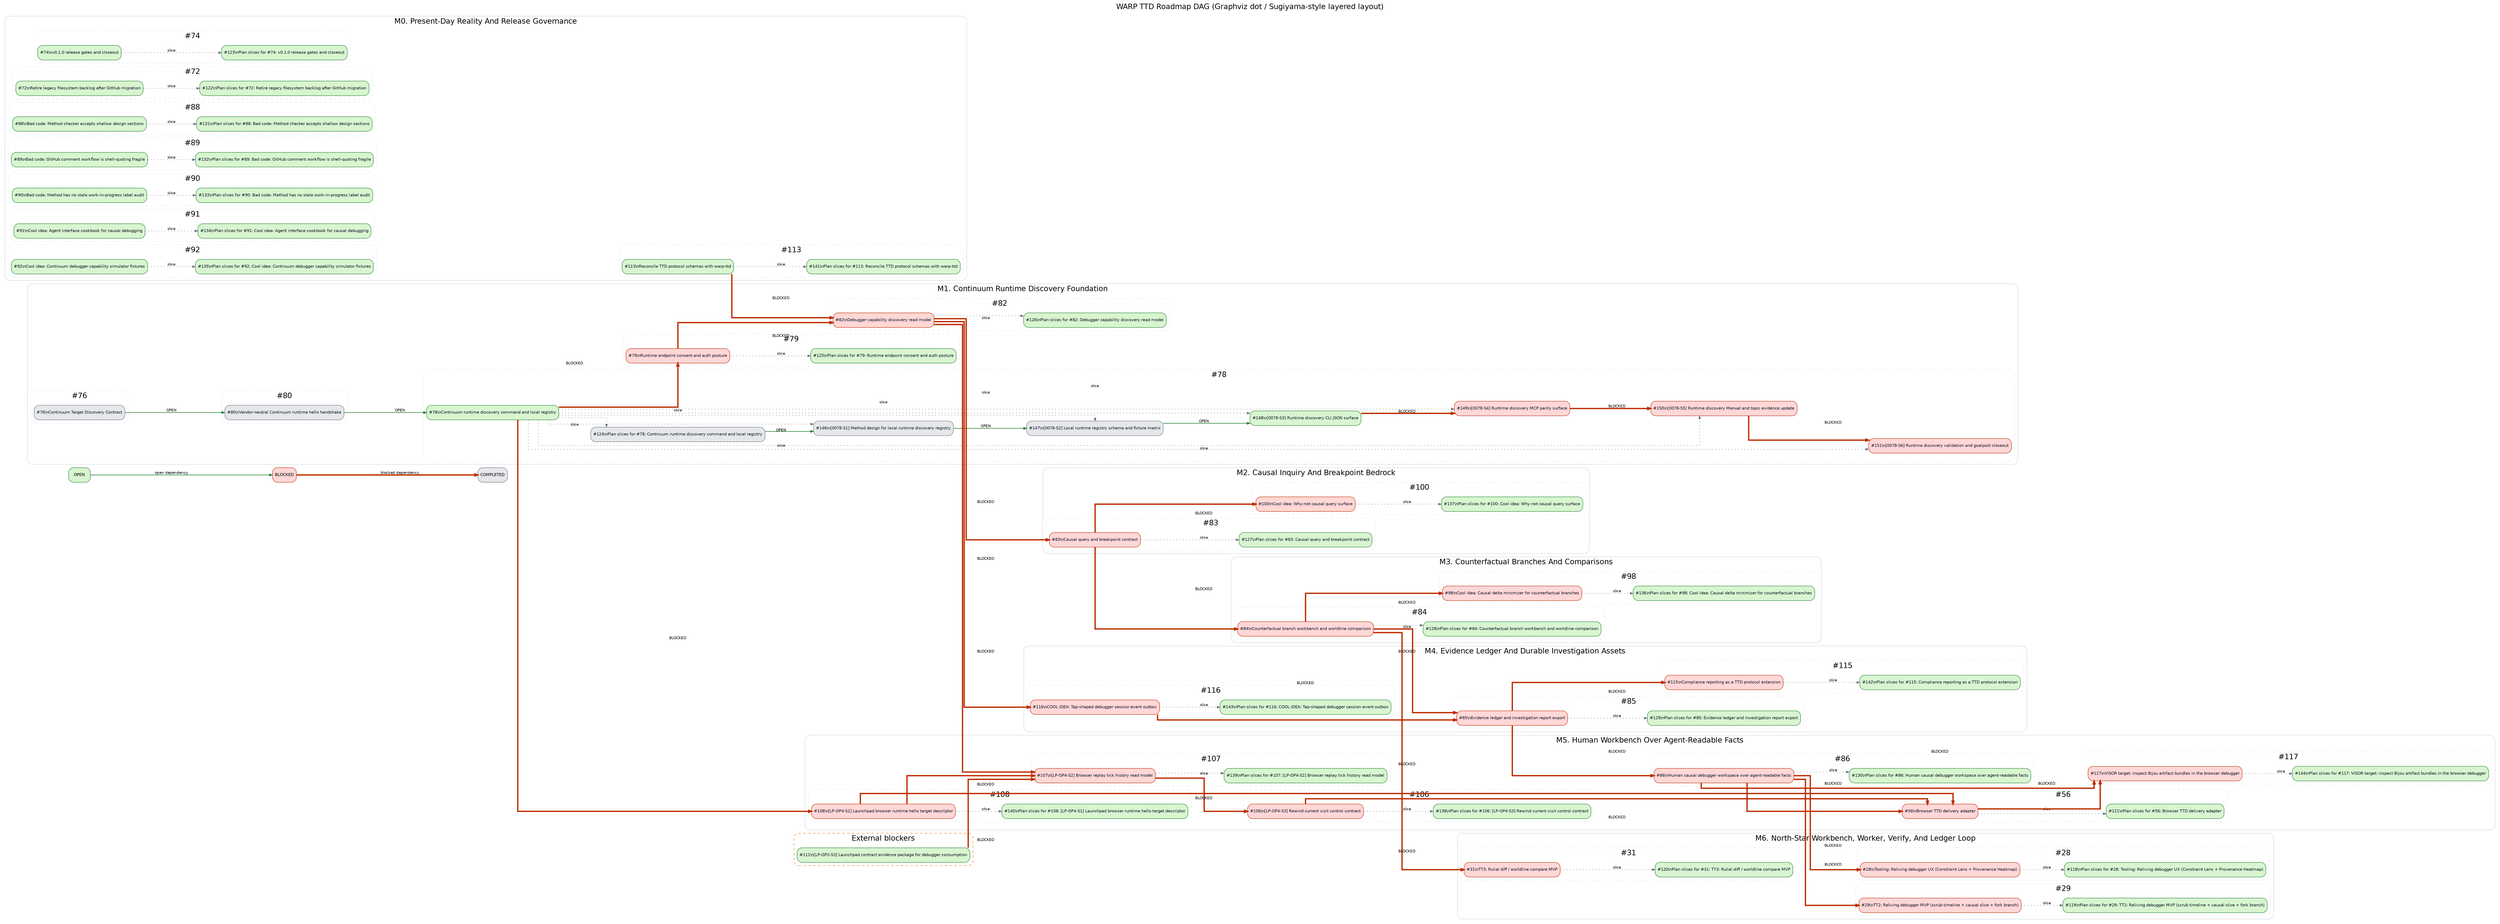
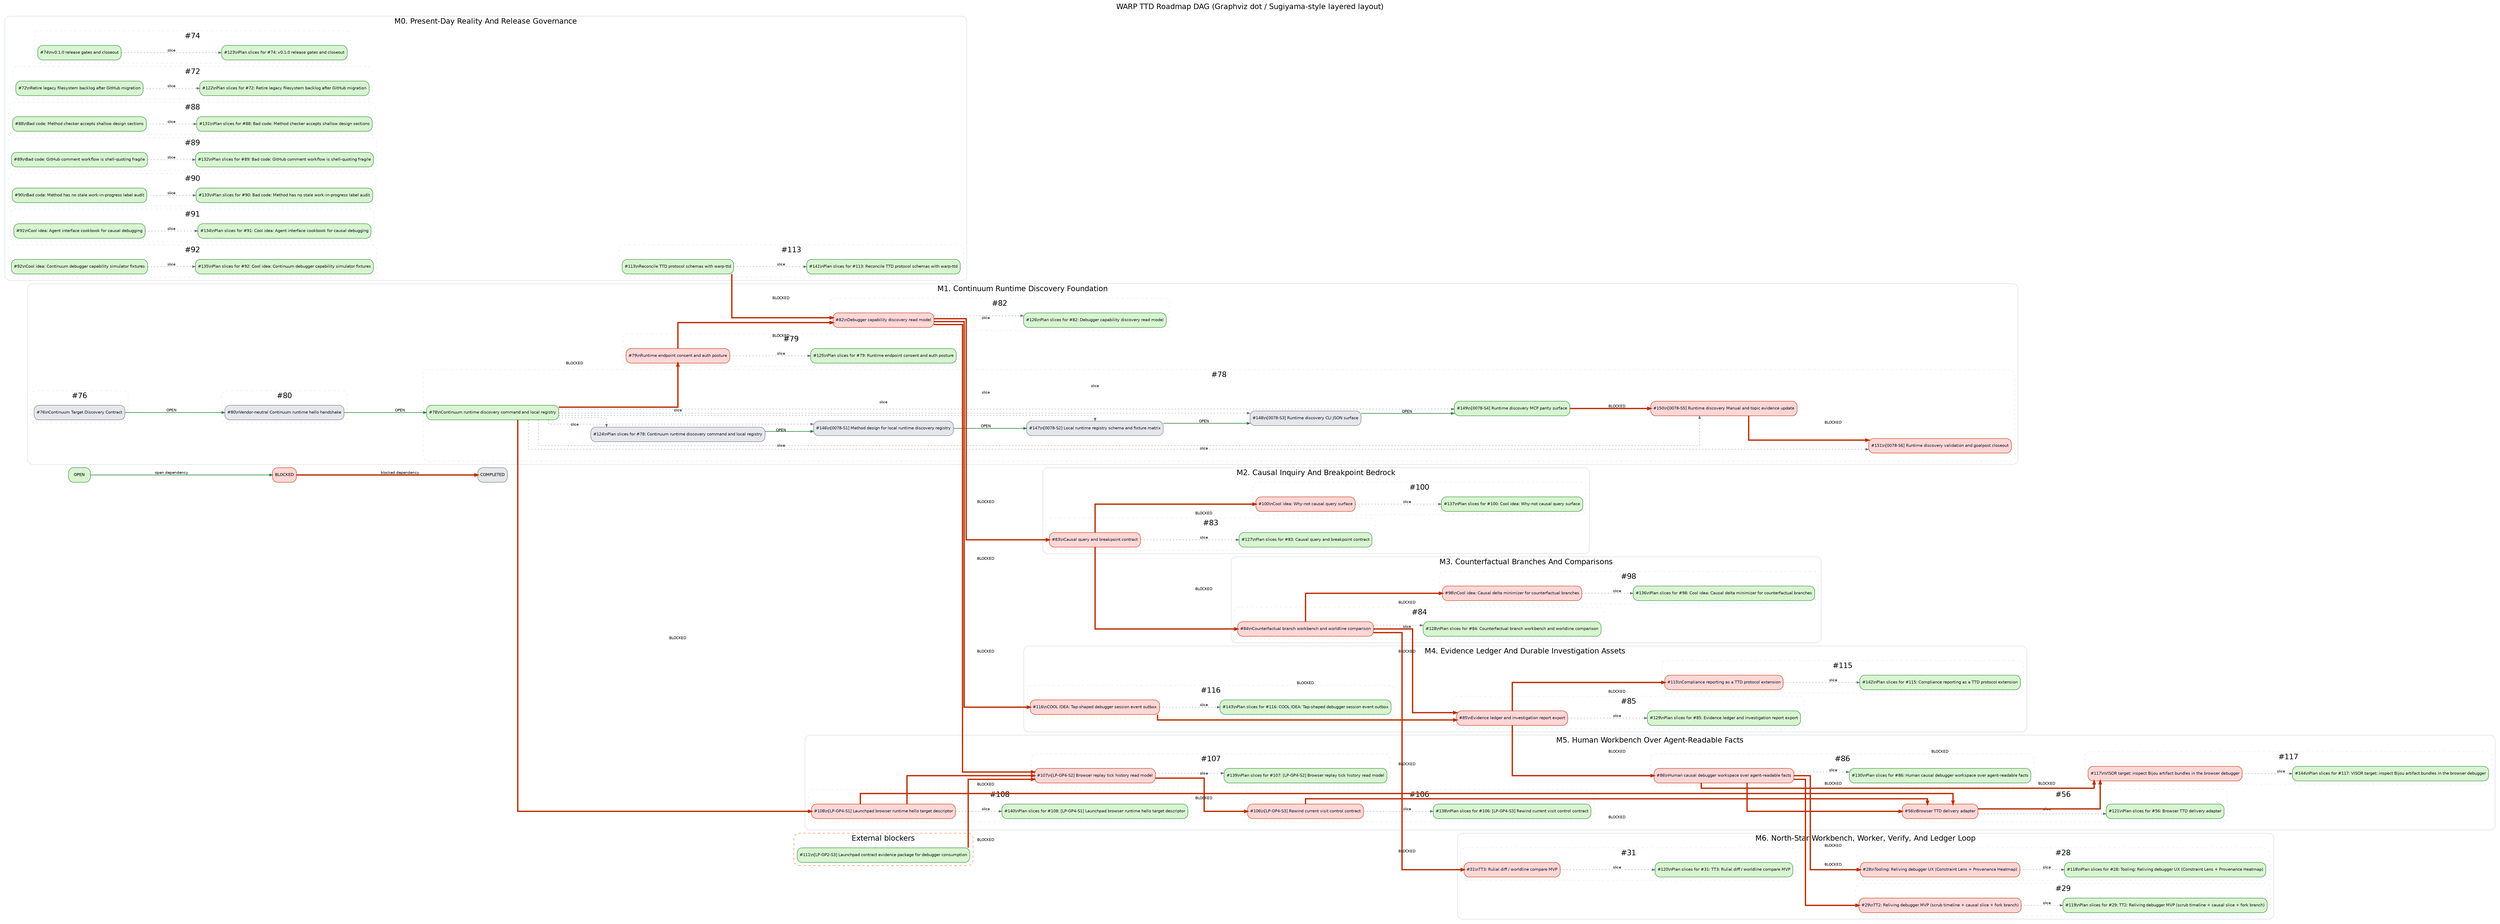
digraph RoadmapDAG {
  graph [layout=dot, rankdir=LR, compound=true, newrank=true, overlap=false, splines=ortho, bgcolor="white", fontname="Helvetica", label="WARP TTD Roadmap DAG (Graphviz dot / Sugiyama-style layered layout)", labelloc=t, fontsize=18];
  node [shape=box, style="rounded,filled", fontname="Helvetica", fontsize=10, margin="0.08,0.05"];
  edge [fontname="Helvetica", fontsize=9, arrowsize=0.7, color="#248232", penwidth=1.4];
  legend_open [label="OPEN", fillcolor="#d8f5d0", color="#248232"];
  legend_blocked [label="BLOCKED", fillcolor="#ffd7d7", color="#bd2c00"];
  legend_done [label="COMPLETED", fillcolor="#e5e7eb", color="#6b7280"];
  legend_open -> legend_blocked [label="open dependency", color="#248232", penwidth=1.4];
  legend_blocked -> legend_done [label="blocked dependency", color="#bd2c00", penwidth=3.2];
  subgraph cluster_M0 {
    label="M0. Present-Day Reality And Release Governance";
    color="#d1d5db";
    style="rounded";
    subgraph cluster_goalpost_74 {
      label="#74";
      color="#e5e7eb";
      style="rounded,dashed";
      issue_74 [label="#74\\nv0.1.0 release gates and closeout", fillcolor="#d8f5d0", color="#248232", fontcolor="#111827", URL="https://github.com/flyingrobots/warp-ttd/issues/74"];
      issue_123 [label="#123\\nPlan slices for #74: v0.1.0 release gates and closeout", fillcolor="#d8f5d0", color="#248232", fontcolor="#111827", URL="https://github.com/flyingrobots/warp-ttd/issues/123"];
      issue_74 -> issue_123 [style=dotted, color="#6b7280", penwidth=1.0, label="slice"];
    }
    subgraph cluster_goalpost_72 {
      label="#72";
      color="#e5e7eb";
      style="rounded,dashed";
      issue_72 [label="#72\\nRetire legacy filesystem backlog after GitHub migration", fillcolor="#d8f5d0", color="#248232", fontcolor="#111827", URL="https://github.com/flyingrobots/warp-ttd/issues/72"];
      issue_122 [label="#122\\nPlan slices for #72: Retire legacy filesystem backlog after GitHub migration", fillcolor="#d8f5d0", color="#248232", fontcolor="#111827", URL="https://github.com/flyingrobots/warp-ttd/issues/122"];
      issue_72 -> issue_122 [style=dotted, color="#6b7280", penwidth=1.0, label="slice"];
    }
    subgraph cluster_goalpost_88 {
      label="#88";
      color="#e5e7eb";
      style="rounded,dashed";
      issue_88 [label="#88\\nBad code: Method checker accepts shallow design sections", fillcolor="#d8f5d0", color="#248232", fontcolor="#111827", URL="https://github.com/flyingrobots/warp-ttd/issues/88"];
      issue_131 [label="#131\\nPlan slices for #88: Bad code: Method checker accepts shallow design sections", fillcolor="#d8f5d0", color="#248232", fontcolor="#111827", URL="https://github.com/flyingrobots/warp-ttd/issues/131"];
      issue_88 -> issue_131 [style=dotted, color="#6b7280", penwidth=1.0, label="slice"];
    }
    subgraph cluster_goalpost_89 {
      label="#89";
      color="#e5e7eb";
      style="rounded,dashed";
      issue_89 [label="#89\\nBad code: GitHub comment workflow is shell-quoting fragile", fillcolor="#d8f5d0", color="#248232", fontcolor="#111827", URL="https://github.com/flyingrobots/warp-ttd/issues/89"];
      issue_132 [label="#132\\nPlan slices for #89: Bad code: GitHub comment workflow is shell-quoting fragile", fillcolor="#d8f5d0", color="#248232", fontcolor="#111827", URL="https://github.com/flyingrobots/warp-ttd/issues/132"];
      issue_89 -> issue_132 [style=dotted, color="#6b7280", penwidth=1.0, label="slice"];
    }
    subgraph cluster_goalpost_90 {
      label="#90";
      color="#e5e7eb";
      style="rounded,dashed";
      issue_90 [label="#90\\nBad code: Method has no stale work-in-progress label audit", fillcolor="#d8f5d0", color="#248232", fontcolor="#111827", URL="https://github.com/flyingrobots/warp-ttd/issues/90"];
      issue_133 [label="#133\\nPlan slices for #90: Bad code: Method has no stale work-in-progress label audit", fillcolor="#d8f5d0", color="#248232", fontcolor="#111827", URL="https://github.com/flyingrobots/warp-ttd/issues/133"];
      issue_90 -> issue_133 [style=dotted, color="#6b7280", penwidth=1.0, label="slice"];
    }
    subgraph cluster_goalpost_91 {
      label="#91";
      color="#e5e7eb";
      style="rounded,dashed";
      issue_91 [label="#91\\nCool idea: Agent interface cookbook for causal debugging", fillcolor="#d8f5d0", color="#248232", fontcolor="#111827", URL="https://github.com/flyingrobots/warp-ttd/issues/91"];
      issue_134 [label="#134\\nPlan slices for #91: Cool idea: Agent interface cookbook for causal debugging", fillcolor="#d8f5d0", color="#248232", fontcolor="#111827", URL="https://github.com/flyingrobots/warp-ttd/issues/134"];
      issue_91 -> issue_134 [style=dotted, color="#6b7280", penwidth=1.0, label="slice"];
    }
    subgraph cluster_goalpost_92 {
      label="#92";
      color="#e5e7eb";
      style="rounded,dashed";
      issue_92 [label="#92\\nCool idea: Continuum debugger capability simulator fixtures", fillcolor="#d8f5d0", color="#248232", fontcolor="#111827", URL="https://github.com/flyingrobots/warp-ttd/issues/92"];
      issue_135 [label="#135\\nPlan slices for #92: Cool idea: Continuum debugger capability simulator fixtures", fillcolor="#d8f5d0", color="#248232", fontcolor="#111827", URL="https://github.com/flyingrobots/warp-ttd/issues/135"];
      issue_92 -> issue_135 [style=dotted, color="#6b7280", penwidth=1.0, label="slice"];
    }
    subgraph cluster_goalpost_113 {
      label="#113";
      color="#e5e7eb";
      style="rounded,dashed";
      issue_113 [label="#113\\nReconcile TTD protocol schemas with warp-ttd", fillcolor="#d8f5d0", color="#248232", fontcolor="#111827", URL="https://github.com/flyingrobots/warp-ttd/issues/113"];
      issue_141 [label="#141\\nPlan slices for #113: Reconcile TTD protocol schemas with warp-ttd", fillcolor="#d8f5d0", color="#248232", fontcolor="#111827", URL="https://github.com/flyingrobots/warp-ttd/issues/141"];
      issue_113 -> issue_141 [style=dotted, color="#6b7280", penwidth=1.0, label="slice"];
    }
  }
  subgraph cluster_M1 {
    label="M1. Continuum Runtime Discovery Foundation";
    color="#d1d5db";
    style="rounded";
    subgraph cluster_goalpost_76 {
      label="#76";
      color="#e5e7eb";
      style="rounded,dashed";
      issue_76 [label="#76\\nContinuum Target Discovery Contract", fillcolor="#e5e7eb", color="#6b7280", fontcolor="#111827", URL="https://github.com/flyingrobots/warp-ttd/issues/76"];
    }
    subgraph cluster_goalpost_80 {
      label="#80";
      color="#e5e7eb";
      style="rounded,dashed";
      issue_80 [label="#80\\nVendor-neutral Continuum runtime hello handshake", fillcolor="#e5e7eb", color="#6b7280", fontcolor="#111827", URL="https://github.com/flyingrobots/warp-ttd/issues/80"];
    }
    subgraph cluster_goalpost_78 {
      label="#78";
      color="#e5e7eb";
      style="rounded,dashed";
      issue_78 [label="#78\\nContinuum runtime discovery command and local registry", fillcolor="#d8f5d0", color="#248232", fontcolor="#111827", URL="https://github.com/flyingrobots/warp-ttd/issues/78"];
      issue_124 [label="#124\\nPlan slices for #78: Continuum runtime discovery command and local registry", fillcolor="#e5e7eb", color="#6b7280", fontcolor="#111827", URL="https://github.com/flyingrobots/warp-ttd/issues/124"];
      issue_78 -> issue_124 [style=dotted, color="#6b7280", penwidth=1.0, label="slice"];
      issue_146 [label="#146\\n[0078-S1] Method design for local runtime discovery registry", fillcolor="#e5e7eb", color="#6b7280", fontcolor="#111827", URL="https://github.com/flyingrobots/warp-ttd/issues/146"];
      issue_78 -> issue_146 [style=dotted, color="#6b7280", penwidth=1.0, label="slice"];
      issue_147 [label="#147\\n[0078-S2] Local runtime registry schema and fixture matrix", fillcolor="#e5e7eb", color="#6b7280", fontcolor="#111827", URL="https://github.com/flyingrobots/warp-ttd/issues/147"];
      issue_78 -> issue_147 [style=dotted, color="#6b7280", penwidth=1.0, label="slice"];
-       issue_148 [label="#148\\n[0078-S3] Runtime discovery CLI JSON surface", fillcolor="#d8f5d0", color="#248232", fontcolor="#111827", URL="https://github.com/flyingrobots/warp-ttd/issues/148"];
+       issue_148 [label="#148\\n[0078-S3] Runtime discovery CLI JSON surface", fillcolor="#e5e7eb", color="#6b7280", fontcolor="#111827", URL="https://github.com/flyingrobots/warp-ttd/issues/148"];
      issue_78 -> issue_148 [style=dotted, color="#6b7280", penwidth=1.0, label="slice"];
-       issue_149 [label="#149\\n[0078-S4] Runtime discovery MCP parity surface", fillcolor="#ffd7d7", color="#bd2c00", fontcolor="#111827", URL="https://github.com/flyingrobots/warp-ttd/issues/149"];
+       issue_149 [label="#149\\n[0078-S4] Runtime discovery MCP parity surface", fillcolor="#d8f5d0", color="#248232", fontcolor="#111827", URL="https://github.com/flyingrobots/warp-ttd/issues/149"];
      issue_78 -> issue_149 [style=dotted, color="#6b7280", penwidth=1.0, label="slice"];
      issue_150 [label="#150\\n[0078-S5] Runtime discovery Manual and topic evidence update", fillcolor="#ffd7d7", color="#bd2c00", fontcolor="#111827", URL="https://github.com/flyingrobots/warp-ttd/issues/150"];
      issue_78 -> issue_150 [style=dotted, color="#6b7280", penwidth=1.0, label="slice"];
      issue_151 [label="#151\\n[0078-S6] Runtime discovery validation and goalpost closeout", fillcolor="#ffd7d7", color="#bd2c00", fontcolor="#111827", URL="https://github.com/flyingrobots/warp-ttd/issues/151"];
      issue_78 -> issue_151 [style=dotted, color="#6b7280", penwidth=1.0, label="slice"];
    }
    subgraph cluster_goalpost_79 {
      label="#79";
      color="#e5e7eb";
      style="rounded,dashed";
      issue_79 [label="#79\\nRuntime endpoint consent and auth posture", fillcolor="#ffd7d7", color="#bd2c00", fontcolor="#111827", URL="https://github.com/flyingrobots/warp-ttd/issues/79"];
      issue_125 [label="#125\\nPlan slices for #79: Runtime endpoint consent and auth posture", fillcolor="#d8f5d0", color="#248232", fontcolor="#111827", URL="https://github.com/flyingrobots/warp-ttd/issues/125"];
      issue_79 -> issue_125 [style=dotted, color="#6b7280", penwidth=1.0, label="slice"];
    }
    subgraph cluster_goalpost_82 {
      label="#82";
      color="#e5e7eb";
      style="rounded,dashed";
      issue_82 [label="#82\\nDebugger capability discovery read model", fillcolor="#ffd7d7", color="#bd2c00", fontcolor="#111827", URL="https://github.com/flyingrobots/warp-ttd/issues/82"];
      issue_126 [label="#126\\nPlan slices for #82: Debugger capability discovery read model", fillcolor="#d8f5d0", color="#248232", fontcolor="#111827", URL="https://github.com/flyingrobots/warp-ttd/issues/126"];
      issue_82 -> issue_126 [style=dotted, color="#6b7280", penwidth=1.0, label="slice"];
    }
  }
  subgraph cluster_M2 {
    label="M2. Causal Inquiry And Breakpoint Bedrock";
    color="#d1d5db";
    style="rounded";
    subgraph cluster_goalpost_83 {
      label="#83";
      color="#e5e7eb";
      style="rounded,dashed";
      issue_83 [label="#83\\nCausal query and breakpoint contract", fillcolor="#ffd7d7", color="#bd2c00", fontcolor="#111827", URL="https://github.com/flyingrobots/warp-ttd/issues/83"];
      issue_127 [label="#127\\nPlan slices for #83: Causal query and breakpoint contract", fillcolor="#d8f5d0", color="#248232", fontcolor="#111827", URL="https://github.com/flyingrobots/warp-ttd/issues/127"];
      issue_83 -> issue_127 [style=dotted, color="#6b7280", penwidth=1.0, label="slice"];
    }
    subgraph cluster_goalpost_100 {
      label="#100";
      color="#e5e7eb";
      style="rounded,dashed";
      issue_100 [label="#100\\nCool idea: Why-not causal query surface", fillcolor="#ffd7d7", color="#bd2c00", fontcolor="#111827", URL="https://github.com/flyingrobots/warp-ttd/issues/100"];
      issue_137 [label="#137\\nPlan slices for #100: Cool idea: Why-not causal query surface", fillcolor="#d8f5d0", color="#248232", fontcolor="#111827", URL="https://github.com/flyingrobots/warp-ttd/issues/137"];
      issue_100 -> issue_137 [style=dotted, color="#6b7280", penwidth=1.0, label="slice"];
    }
  }
  subgraph cluster_M3 {
    label="M3. Counterfactual Branches And Comparisons";
    color="#d1d5db";
    style="rounded";
    subgraph cluster_goalpost_84 {
      label="#84";
      color="#e5e7eb";
      style="rounded,dashed";
      issue_84 [label="#84\\nCounterfactual branch workbench and worldline comparison", fillcolor="#ffd7d7", color="#bd2c00", fontcolor="#111827", URL="https://github.com/flyingrobots/warp-ttd/issues/84"];
      issue_128 [label="#128\\nPlan slices for #84: Counterfactual branch workbench and worldline comparison", fillcolor="#d8f5d0", color="#248232", fontcolor="#111827", URL="https://github.com/flyingrobots/warp-ttd/issues/128"];
      issue_84 -> issue_128 [style=dotted, color="#6b7280", penwidth=1.0, label="slice"];
    }
    subgraph cluster_goalpost_98 {
      label="#98";
      color="#e5e7eb";
      style="rounded,dashed";
      issue_98 [label="#98\\nCool idea: Causal delta minimizer for counterfactual branches", fillcolor="#ffd7d7", color="#bd2c00", fontcolor="#111827", URL="https://github.com/flyingrobots/warp-ttd/issues/98"];
      issue_136 [label="#136\\nPlan slices for #98: Cool idea: Causal delta minimizer for counterfactual branches", fillcolor="#d8f5d0", color="#248232", fontcolor="#111827", URL="https://github.com/flyingrobots/warp-ttd/issues/136"];
      issue_98 -> issue_136 [style=dotted, color="#6b7280", penwidth=1.0, label="slice"];
    }
  }
  subgraph cluster_M4 {
    label="M4. Evidence Ledger And Durable Investigation Assets";
    color="#d1d5db";
    style="rounded";
    subgraph cluster_goalpost_116 {
      label="#116";
      color="#e5e7eb";
      style="rounded,dashed";
      issue_116 [label="#116\\nCOOL IDEA: Tap-shaped debugger session event outbox", fillcolor="#ffd7d7", color="#bd2c00", fontcolor="#111827", URL="https://github.com/flyingrobots/warp-ttd/issues/116"];
      issue_143 [label="#143\\nPlan slices for #116: COOL IDEA: Tap-shaped debugger session event outbox", fillcolor="#d8f5d0", color="#248232", fontcolor="#111827", URL="https://github.com/flyingrobots/warp-ttd/issues/143"];
      issue_116 -> issue_143 [style=dotted, color="#6b7280", penwidth=1.0, label="slice"];
    }
    subgraph cluster_goalpost_85 {
      label="#85";
      color="#e5e7eb";
      style="rounded,dashed";
      issue_85 [label="#85\\nEvidence ledger and investigation report export", fillcolor="#ffd7d7", color="#bd2c00", fontcolor="#111827", URL="https://github.com/flyingrobots/warp-ttd/issues/85"];
      issue_129 [label="#129\\nPlan slices for #85: Evidence ledger and investigation report export", fillcolor="#d8f5d0", color="#248232", fontcolor="#111827", URL="https://github.com/flyingrobots/warp-ttd/issues/129"];
      issue_85 -> issue_129 [style=dotted, color="#6b7280", penwidth=1.0, label="slice"];
    }
    subgraph cluster_goalpost_115 {
      label="#115";
      color="#e5e7eb";
      style="rounded,dashed";
      issue_115 [label="#115\\nCompliance reporting as a TTD protocol extension", fillcolor="#ffd7d7", color="#bd2c00", fontcolor="#111827", URL="https://github.com/flyingrobots/warp-ttd/issues/115"];
      issue_142 [label="#142\\nPlan slices for #115: Compliance reporting as a TTD protocol extension", fillcolor="#d8f5d0", color="#248232", fontcolor="#111827", URL="https://github.com/flyingrobots/warp-ttd/issues/142"];
      issue_115 -> issue_142 [style=dotted, color="#6b7280", penwidth=1.0, label="slice"];
    }
  }
  subgraph cluster_M5 {
    label="M5. Human Workbench Over Agent-Readable Facts";
    color="#d1d5db";
    style="rounded";
    subgraph cluster_goalpost_86 {
      label="#86";
      color="#e5e7eb";
      style="rounded,dashed";
      issue_86 [label="#86\\nHuman causal debugger workspace over agent-readable facts", fillcolor="#ffd7d7", color="#bd2c00", fontcolor="#111827", URL="https://github.com/flyingrobots/warp-ttd/issues/86"];
      issue_130 [label="#130\\nPlan slices for #86: Human causal debugger workspace over agent-readable facts", fillcolor="#d8f5d0", color="#248232", fontcolor="#111827", URL="https://github.com/flyingrobots/warp-ttd/issues/130"];
      issue_86 -> issue_130 [style=dotted, color="#6b7280", penwidth=1.0, label="slice"];
    }
    subgraph cluster_goalpost_108 {
      label="#108";
      color="#e5e7eb";
      style="rounded,dashed";
      issue_108 [label="#108\\n[LP-GP4-S1] Launchpad browser runtime hello target descriptor", fillcolor="#ffd7d7", color="#bd2c00", fontcolor="#111827", URL="https://github.com/flyingrobots/warp-ttd/issues/108"];
      issue_140 [label="#140\\nPlan slices for #108: [LP-GP4-S1] Launchpad browser runtime hello target descriptor", fillcolor="#d8f5d0", color="#248232", fontcolor="#111827", URL="https://github.com/flyingrobots/warp-ttd/issues/140"];
      issue_108 -> issue_140 [style=dotted, color="#6b7280", penwidth=1.0, label="slice"];
    }
    subgraph cluster_goalpost_107 {
      label="#107";
      color="#e5e7eb";
      style="rounded,dashed";
      issue_107 [label="#107\\n[LP-GP4-S2] Browser replay tick history read model", fillcolor="#ffd7d7", color="#bd2c00", fontcolor="#111827", URL="https://github.com/flyingrobots/warp-ttd/issues/107"];
      issue_139 [label="#139\\nPlan slices for #107: [LP-GP4-S2] Browser replay tick history read model", fillcolor="#d8f5d0", color="#248232", fontcolor="#111827", URL="https://github.com/flyingrobots/warp-ttd/issues/139"];
      issue_107 -> issue_139 [style=dotted, color="#6b7280", penwidth=1.0, label="slice"];
    }
    subgraph cluster_goalpost_106 {
      label="#106";
      color="#e5e7eb";
      style="rounded,dashed";
      issue_106 [label="#106\\n[LP-GP4-S3] Rewind current visit control contract", fillcolor="#ffd7d7", color="#bd2c00", fontcolor="#111827", URL="https://github.com/flyingrobots/warp-ttd/issues/106"];
      issue_138 [label="#138\\nPlan slices for #106: [LP-GP4-S3] Rewind current visit control contract", fillcolor="#d8f5d0", color="#248232", fontcolor="#111827", URL="https://github.com/flyingrobots/warp-ttd/issues/138"];
      issue_106 -> issue_138 [style=dotted, color="#6b7280", penwidth=1.0, label="slice"];
    }
    subgraph cluster_goalpost_56 {
      label="#56";
      color="#e5e7eb";
      style="rounded,dashed";
      issue_56 [label="#56\\nBrowser TTD delivery adapter", fillcolor="#ffd7d7", color="#bd2c00", fontcolor="#111827", URL="https://github.com/flyingrobots/warp-ttd/issues/56"];
      issue_121 [label="#121\\nPlan slices for #56: Browser TTD delivery adapter", fillcolor="#d8f5d0", color="#248232", fontcolor="#111827", URL="https://github.com/flyingrobots/warp-ttd/issues/121"];
      issue_56 -> issue_121 [style=dotted, color="#6b7280", penwidth=1.0, label="slice"];
    }
    subgraph cluster_goalpost_117 {
      label="#117";
      color="#e5e7eb";
      style="rounded,dashed";
      issue_117 [label="#117\\nVISOR target: inspect Bijou artifact bundles in the browser debugger", fillcolor="#ffd7d7", color="#bd2c00", fontcolor="#111827", URL="https://github.com/flyingrobots/warp-ttd/issues/117"];
      issue_144 [label="#144\\nPlan slices for #117: VISOR target: inspect Bijou artifact bundles in the browser debugger", fillcolor="#d8f5d0", color="#248232", fontcolor="#111827", URL="https://github.com/flyingrobots/warp-ttd/issues/144"];
      issue_117 -> issue_144 [style=dotted, color="#6b7280", penwidth=1.0, label="slice"];
    }
  }
  subgraph cluster_M6 {
    label="M6. North-Star Workbench, Worker, Verify, And Ledger Loop";
    color="#d1d5db";
    style="rounded";
    subgraph cluster_goalpost_28 {
      label="#28";
      color="#e5e7eb";
      style="rounded,dashed";
      issue_28 [label="#28\\nTooling: Reliving debugger UX (Constraint Lens + Provenance Heatmap)", fillcolor="#ffd7d7", color="#bd2c00", fontcolor="#111827", URL="https://github.com/flyingrobots/warp-ttd/issues/28"];
      issue_118 [label="#118\\nPlan slices for #28: Tooling: Reliving debugger UX (Constraint Lens + Provenance Heatmap)", fillcolor="#d8f5d0", color="#248232", fontcolor="#111827", URL="https://github.com/flyingrobots/warp-ttd/issues/118"];
      issue_28 -> issue_118 [style=dotted, color="#6b7280", penwidth=1.0, label="slice"];
    }
    subgraph cluster_goalpost_29 {
      label="#29";
      color="#e5e7eb";
      style="rounded,dashed";
      issue_29 [label="#29\\nTT2: Reliving debugger MVP (scrub timeline + causal slice + fork branch)", fillcolor="#ffd7d7", color="#bd2c00", fontcolor="#111827", URL="https://github.com/flyingrobots/warp-ttd/issues/29"];
      issue_119 [label="#119\\nPlan slices for #29: TT2: Reliving debugger MVP (scrub timeline + causal slice + fork branch)", fillcolor="#d8f5d0", color="#248232", fontcolor="#111827", URL="https://github.com/flyingrobots/warp-ttd/issues/119"];
      issue_29 -> issue_119 [style=dotted, color="#6b7280", penwidth=1.0, label="slice"];
    }
    subgraph cluster_goalpost_31 {
      label="#31";
      color="#e5e7eb";
      style="rounded,dashed";
      issue_31 [label="#31\\nTT3: Rulial diff / worldline compare MVP", fillcolor="#ffd7d7", color="#bd2c00", fontcolor="#111827", URL="https://github.com/flyingrobots/warp-ttd/issues/31"];
      issue_120 [label="#120\\nPlan slices for #31: TT3: Rulial diff / worldline compare MVP", fillcolor="#d8f5d0", color="#248232", fontcolor="#111827", URL="https://github.com/flyingrobots/warp-ttd/issues/120"];
      issue_31 -> issue_120 [style=dotted, color="#6b7280", penwidth=1.0, label="slice"];
    }
  }
  subgraph cluster_external {
    label="External blockers";
    color="#f97316";
    style="rounded,dashed";
    issue_111 [label="#111\\n[LP-GP2-S3] Launchpad contract evidence package for debugger consumption", fillcolor="#d8f5d0", color="#248232", fontcolor="#111827", URL="https://github.com/flyingrobots/warp-ttd/issues/111"];
  }
  issue_76 -> issue_80 [label="OPEN", color="#248232", penwidth=1.4, style=solid];
  issue_80 -> issue_78 [label="OPEN", color="#248232", penwidth=1.4, style=solid];
  issue_124 -> issue_146 [label="OPEN", color="#248232", penwidth=1.4, style=solid];
  issue_146 -> issue_147 [label="OPEN", color="#248232", penwidth=1.4, style=solid];
  issue_147 -> issue_148 [label="OPEN", color="#248232", penwidth=1.4, style=solid];
-   issue_148 -> issue_149 [label="BLOCKED", color="#bd2c00", penwidth=3.2, style=solid];
+   issue_148 -> issue_149 [label="OPEN", color="#248232", penwidth=1.4, style=solid];
  issue_149 -> issue_150 [label="BLOCKED", color="#bd2c00", penwidth=3.2, style=solid];
  issue_150 -> issue_151 [label="BLOCKED", color="#bd2c00", penwidth=3.2, style=solid];
  issue_78 -> issue_79 [label="BLOCKED", color="#bd2c00", penwidth=3.2, style=solid];
  issue_113 -> issue_82 [label="BLOCKED", color="#bd2c00", penwidth=3.2, style=solid];
  issue_79 -> issue_82 [label="BLOCKED", color="#bd2c00", penwidth=3.2, style=solid];
  issue_82 -> issue_83 [label="BLOCKED", color="#bd2c00", penwidth=3.2, style=solid];
  issue_83 -> issue_100 [label="BLOCKED", color="#bd2c00", penwidth=3.2, style=solid];
  issue_83 -> issue_84 [label="BLOCKED", color="#bd2c00", penwidth=3.2, style=solid];
  issue_84 -> issue_98 [label="BLOCKED", color="#bd2c00", penwidth=3.2, style=solid];
  issue_82 -> issue_116 [label="BLOCKED", color="#bd2c00", penwidth=3.2, style=solid];
  issue_116 -> issue_85 [label="BLOCKED", color="#bd2c00", penwidth=3.2, style=solid];
  issue_84 -> issue_85 [label="BLOCKED", color="#bd2c00", penwidth=3.2, style=solid];
  issue_85 -> issue_115 [label="BLOCKED", color="#bd2c00", penwidth=3.2, style=solid];
  issue_85 -> issue_86 [label="BLOCKED", color="#bd2c00", penwidth=3.2, style=solid];
  issue_78 -> issue_108 [label="BLOCKED", color="#bd2c00", penwidth=3.2, style=solid];
  issue_82 -> issue_107 [label="BLOCKED", color="#bd2c00", penwidth=3.2, style=solid];
  issue_108 -> issue_107 [label="BLOCKED", color="#bd2c00", penwidth=3.2, style=solid];
  issue_111 -> issue_107 [label="BLOCKED", color="#bd2c00", penwidth=3.2, style=solid];
  issue_107 -> issue_106 [label="BLOCKED", color="#bd2c00", penwidth=3.2, style=solid];
  issue_86 -> issue_56 [label="BLOCKED", color="#bd2c00", penwidth=3.2, style=solid];
  issue_108 -> issue_56 [label="BLOCKED", color="#bd2c00", penwidth=3.2, style=solid];
  issue_106 -> issue_56 [label="BLOCKED", color="#bd2c00", penwidth=3.2, style=solid];
  issue_86 -> issue_117 [label="BLOCKED", color="#bd2c00", penwidth=3.2, style=solid];
  issue_56 -> issue_117 [label="BLOCKED", color="#bd2c00", penwidth=3.2, style=solid];
  issue_86 -> issue_28 [label="BLOCKED", color="#bd2c00", penwidth=3.2, style=solid];
  issue_86 -> issue_29 [label="BLOCKED", color="#bd2c00", penwidth=3.2, style=solid];
  issue_84 -> issue_31 [label="BLOCKED", color="#bd2c00", penwidth=3.2, style=solid];
}
